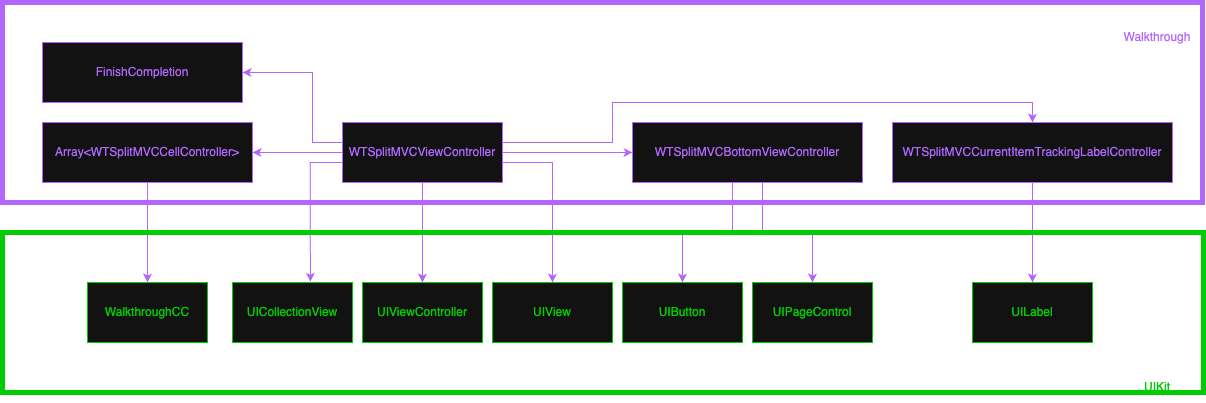
Above: ECommerceScreens/ECommerceScreens/Walkthrough/SplitMVC/Diagrams/WTSplitMVCDependency.png in hiren9697/UIPatternsDemonstration (draw.io), before the change. Source tidied: cells renumbered, new cells last; positions are measured from the earlier drawing's top-left corner, leaving out a move shared by most shapes. Source of this version:
```xml
<mxGraphModel>
  <root>
    <mxCell id="0" />
    <mxCell id="1" parent="0" />
    <mxCell id="2" style="edgeStyle=orthogonalEdgeStyle;rounded=0;jettySize=auto;html=1;entryX=1;entryY=0.5;entryDx=0;entryDy=0;strokeColor=#B266FF;" parent="1" edge="1" source="8" target="20">
      <mxGeometry relative="1" as="geometry" />
    </mxCell>
    <mxCell id="3" style="edgeStyle=orthogonalEdgeStyle;rounded=0;jettySize=auto;html=1;entryX=0.5;entryY=0;entryDx=0;entryDy=0;strokeColor=#B266FF;" parent="1" edge="1" source="8" target="17">
      <mxGeometry relative="1" as="geometry" />
    </mxCell>
    <mxCell id="4" style="edgeStyle=orthogonalEdgeStyle;rounded=0;jettySize=auto;html=1;entryX=0.5;entryY=0;entryDx=0;entryDy=0;strokeColor=#B266FF;" parent="1" edge="1" source="8" target="15">
      <mxGeometry relative="1" as="geometry">
        <Array as="points">
          <mxPoint x="550" y="160" />
        </Array>
      </mxGeometry>
    </mxCell>
    <mxCell id="5" style="edgeStyle=orthogonalEdgeStyle;rounded=0;jettySize=auto;html=1;entryX=1;entryY=0.5;entryDx=0;entryDy=0;strokeColor=#B266FF;" parent="1" edge="1" source="8" target="9">
      <mxGeometry relative="1" as="geometry">
        <Array as="points">
          <mxPoint x="310" y="140" />
          <mxPoint x="310" y="70" />
        </Array>
      </mxGeometry>
    </mxCell>
    <mxCell id="6" style="edgeStyle=orthogonalEdgeStyle;rounded=0;jettySize=auto;html=1;entryX=0;entryY=0.5;entryDx=0;entryDy=0;strokeColor=#B266FF;" parent="1" edge="1" source="8" target="12">
      <mxGeometry relative="1" as="geometry" />
    </mxCell>
    <mxCell id="7" style="edgeStyle=orthogonalEdgeStyle;rounded=0;jettySize=auto;html=1;entryX=0.5;entryY=0;entryDx=0;entryDy=0;strokeColor=#B266FF;" parent="1" edge="1" source="8" target="14">
      <mxGeometry relative="1" as="geometry">
        <Array as="points">
          <mxPoint x="610" y="140" />
          <mxPoint x="610" y="100" />
          <mxPoint x="1030" y="100" />
        </Array>
      </mxGeometry>
    </mxCell>
    <mxCell id="8" value="&lt;span style=&quot;color: light-dark(rgb(0, 0, 0), rgb(178, 102, 255));&quot;&gt;WTSplitMVCViewController&lt;/span&gt;" style="rounded=0;whiteSpace=wrap;html=1;strokeColor=light-dark(#000000,#B266FF);" parent="1" vertex="1">
      <mxGeometry x="340" y="120" width="160" height="60" as="geometry" />
    </mxCell>
    <mxCell id="9" value="&lt;span style=&quot;color: light-dark(rgb(0, 0, 0), rgb(178, 102, 255));&quot;&gt;FinishCompletion&lt;/span&gt;" style="rounded=0;whiteSpace=wrap;html=1;strokeColor=light-dark(#000000,#B266FF);" parent="1" vertex="1">
      <mxGeometry x="40" y="40" width="200" height="60" as="geometry" />
    </mxCell>
    <mxCell id="10" style="edgeStyle=orthogonalEdgeStyle;rounded=0;jettySize=auto;html=1;strokeColor=#B266FF;" parent="1" edge="1" source="12" target="22">
      <mxGeometry relative="1" as="geometry">
        <Array as="points">
          <mxPoint x="730" y="230" />
          <mxPoint x="680" y="230" />
        </Array>
      </mxGeometry>
    </mxCell>
    <mxCell id="11" style="edgeStyle=orthogonalEdgeStyle;rounded=0;jettySize=auto;html=1;strokeColor=#B266FF;" parent="1" edge="1" source="12" target="23">
      <mxGeometry relative="1" as="geometry">
        <Array as="points">
          <mxPoint x="760" y="230" />
          <mxPoint x="810" y="230" />
        </Array>
      </mxGeometry>
    </mxCell>
    <mxCell id="12" value="&lt;span style=&quot;color: light-dark(rgb(0, 0, 0), rgb(178, 102, 255));&quot;&gt;WTSplitMVCBottomViewController&lt;/span&gt;" style="rounded=0;whiteSpace=wrap;html=1;strokeColor=light-dark(#000000,#B266FF);" parent="1" vertex="1">
      <mxGeometry x="630" y="120" width="230" height="60" as="geometry" />
    </mxCell>
    <mxCell id="13" style="edgeStyle=orthogonalEdgeStyle;rounded=0;jettySize=auto;html=1;entryX=0.5;entryY=0;entryDx=0;entryDy=0;strokeColor=#B266FF;" parent="1" edge="1" source="14" target="21">
      <mxGeometry relative="1" as="geometry" />
    </mxCell>
    <mxCell id="14" value="&lt;span style=&quot;color: light-dark(rgb(0, 0, 0), rgb(178, 102, 255));&quot;&gt;WTSplitMVCCurrentItemTrackingLabelController&lt;/span&gt;" style="rounded=0;whiteSpace=wrap;html=1;strokeColor=light-dark(#000000,#B266FF);" parent="1" vertex="1">
      <mxGeometry x="890" y="120" width="280" height="60" as="geometry" />
    </mxCell>
    <mxCell id="15" value="&lt;span style=&quot;color: light-dark(rgb(0, 0, 0), rgb(0, 204, 0));&quot;&gt;UIView&lt;/span&gt;" style="rounded=0;whiteSpace=wrap;html=1;strokeColor=light-dark(#000000,#00CC00);" parent="1" vertex="1">
      <mxGeometry x="490" y="280" width="120" height="60" as="geometry" />
    </mxCell>
    <mxCell id="16" value="&lt;span style=&quot;color: light-dark(rgb(0, 0, 0), rgb(0, 204, 0));&quot;&gt;UICollectionView&lt;/span&gt;" style="rounded=0;whiteSpace=wrap;html=1;strokeColor=light-dark(#000000,#00CC00);" parent="1" vertex="1">
      <mxGeometry x="230" y="280" width="120" height="60" as="geometry" />
    </mxCell>
    <mxCell id="17" value="&lt;span style=&quot;color: light-dark(rgb(0, 0, 0), rgb(0, 204, 0));&quot;&gt;UIViewController&lt;/span&gt;" style="rounded=0;whiteSpace=wrap;html=1;strokeColor=light-dark(#000000,#00CC00);" parent="1" vertex="1">
      <mxGeometry x="360" y="280" width="120" height="60" as="geometry" />
    </mxCell>
    <mxCell id="18" value="&lt;span style=&quot;color: light-dark(rgb(0, 0, 0), rgb(0, 204, 0));&quot;&gt;WalkthroughCC&lt;/span&gt;" style="rounded=0;whiteSpace=wrap;html=1;strokeColor=light-dark(#000000,#00CC00);" parent="1" vertex="1">
      <mxGeometry x="85" y="280" width="120" height="60" as="geometry" />
    </mxCell>
    <mxCell id="19" style="edgeStyle=orthogonalEdgeStyle;rounded=0;jettySize=auto;html=1;entryX=0.5;entryY=0;entryDx=0;entryDy=0;strokeColor=#B266FF;" parent="1" edge="1" source="20" target="18">
      <mxGeometry relative="1" as="geometry" />
    </mxCell>
    <mxCell id="20" value="&lt;span style=&quot;color: light-dark(rgb(0, 0, 0), rgb(178, 102, 255));&quot;&gt;Array&amp;lt;WTSplitMVCCellController&amp;gt;&lt;/span&gt;" style="rounded=0;whiteSpace=wrap;html=1;strokeColor=light-dark(#000000,#B266FF);" parent="1" vertex="1">
      <mxGeometry x="40" y="120" width="210" height="60" as="geometry" />
    </mxCell>
    <mxCell id="21" value="&lt;span style=&quot;color: light-dark(rgb(0, 0, 0), rgb(0, 204, 0));&quot;&gt;UILabel&lt;/span&gt;" style="rounded=0;whiteSpace=wrap;html=1;strokeColor=light-dark(#000000,#00CC00);" parent="1" vertex="1">
      <mxGeometry x="970" y="280" width="120" height="60" as="geometry" />
    </mxCell>
    <mxCell id="22" value="&lt;span style=&quot;color: light-dark(rgb(0, 0, 0), rgb(0, 204, 0));&quot;&gt;UIButton&lt;/span&gt;" style="rounded=0;whiteSpace=wrap;html=1;strokeColor=light-dark(#000000,#00CC00);" parent="1" vertex="1">
      <mxGeometry x="620" y="280" width="120" height="60" as="geometry" />
    </mxCell>
    <mxCell id="23" value="&lt;span style=&quot;color: light-dark(rgb(0, 0, 0), rgb(0, 204, 0));&quot;&gt;UIPageControl&lt;/span&gt;" style="rounded=0;whiteSpace=wrap;html=1;strokeColor=light-dark(#000000,#00CC00);" parent="1" vertex="1">
      <mxGeometry x="750" y="280" width="120" height="60" as="geometry" />
    </mxCell>
    <mxCell id="24" style="edgeStyle=orthogonalEdgeStyle;rounded=0;jettySize=auto;html=1;entryX=0.649;entryY=-0.01;entryDx=0;entryDy=0;entryPerimeter=0;strokeColor=#B266FF;" parent="1" edge="1" source="8" target="16">
      <mxGeometry relative="1" as="geometry">
        <Array as="points">
          <mxPoint x="308" y="160" />
        </Array>
      </mxGeometry>
    </mxCell>
    <mxCell id="25" style="rounded=0;whiteSpace=wrap;html=1;strokeColor=light-dark(#000000,#B266FF);fillColor=none;strokeWidth=5;" parent="1" vertex="1">
      <mxGeometry width="1200" height="200" as="geometry" />
    </mxCell>
    <mxCell id="26" style="rounded=0;whiteSpace=wrap;html=1;strokeColor=light-dark(#000000,#00CC00);fillColor=none;strokeWidth=5;" parent="1" vertex="1">
      <mxGeometry y="230" width="1201" height="160" as="geometry" />
    </mxCell>
    <mxCell id="27" value="&lt;font style=&quot;color: rgb(178, 102, 255);&quot;&gt;Walkthrough&lt;/font&gt;" style="text;html=1;align=center;verticalAlign=middle;whiteSpace=wrap;rounded=0;" parent="1" vertex="1">
      <mxGeometry x="1120" y="20" width="70" height="30" as="geometry" />
    </mxCell>
    <mxCell id="28" value="&lt;font style=&quot;color: rgb(0, 204, 0);&quot;&gt;UIKit&lt;/font&gt;" style="text;html=1;align=center;verticalAlign=middle;whiteSpace=wrap;rounded=0;" parent="1" vertex="1">
      <mxGeometry x="1120" y="370" width="70" height="30" as="geometry" />
    </mxCell>
  </root>
</mxGraphModel>
```
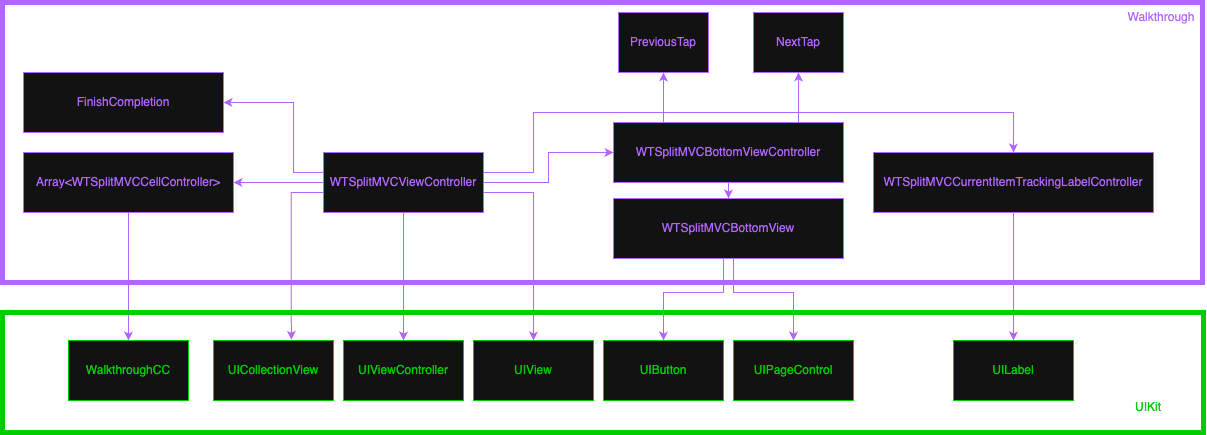
After the change.

Commit message:
Added diagrams for walkthrough with split MVVM approach

What changed in the source:
```diff
@@ -11,15 +11,15 @@
     <mxCell id="4" style="edgeStyle=orthogonalEdgeStyle;rounded=0;jettySize=auto;html=1;entryX=0.5;entryY=0;entryDx=0;entryDy=0;strokeColor=#B266FF;" parent="1" edge="1" source="8" target="15">
       <mxGeometry relative="1" as="geometry">
         <Array as="points">
-          <mxPoint x="550" y="160" />
+          <mxPoint x="-189" y="-1190" />
         </Array>
       </mxGeometry>
     </mxCell>
     <mxCell id="5" style="edgeStyle=orthogonalEdgeStyle;rounded=0;jettySize=auto;html=1;entryX=1;entryY=0.5;entryDx=0;entryDy=0;strokeColor=#B266FF;" parent="1" edge="1" source="8" target="9">
       <mxGeometry relative="1" as="geometry">
         <Array as="points">
-          <mxPoint x="310" y="140" />
-          <mxPoint x="310" y="70" />
+          <mxPoint x="-429" y="-1210" />
+          <mxPoint x="-429" y="-1280" />
         </Array>
       </mxGeometry>
     </mxCell>
@@ -29,88 +29,116 @@
     <mxCell id="7" style="edgeStyle=orthogonalEdgeStyle;rounded=0;jettySize=auto;html=1;entryX=0.5;entryY=0;entryDx=0;entryDy=0;strokeColor=#B266FF;" parent="1" edge="1" source="8" target="14">
       <mxGeometry relative="1" as="geometry">
         <Array as="points">
-          <mxPoint x="610" y="140" />
-          <mxPoint x="610" y="100" />
-          <mxPoint x="1030" y="100" />
+          <mxPoint x="-189" y="-1210" />
+          <mxPoint x="-189" y="-1270" />
+          <mxPoint x="291" y="-1270" />
         </Array>
       </mxGeometry>
     </mxCell>
     <mxCell id="8" value="&lt;span style=&quot;color: light-dark(rgb(0, 0, 0), rgb(178, 102, 255));&quot;&gt;WTSplitMVCViewController&lt;/span&gt;" style="rounded=0;whiteSpace=wrap;html=1;strokeColor=light-dark(#000000,#B266FF);" parent="1" vertex="1">
-      <mxGeometry x="340" y="120" width="160" height="60" as="geometry" />
+      <mxGeometry x="-399" y="-1230" width="160" height="60" as="geometry" />
     </mxCell>
     <mxCell id="9" value="&lt;span style=&quot;color: light-dark(rgb(0, 0, 0), rgb(178, 102, 255));&quot;&gt;FinishCompletion&lt;/span&gt;" style="rounded=0;whiteSpace=wrap;html=1;strokeColor=light-dark(#000000,#B266FF);" parent="1" vertex="1">
-      <mxGeometry x="40" y="40" width="200" height="60" as="geometry" />
+      <mxGeometry x="-699" y="-1310" width="200" height="60" as="geometry" />
     </mxCell>
-    <mxCell id="10" style="edgeStyle=orthogonalEdgeStyle;rounded=0;jettySize=auto;html=1;strokeColor=#B266FF;" parent="1" edge="1" source="12" target="22">
-      <mxGeometry relative="1" as="geometry">
-        <Array as="points">
-          <mxPoint x="730" y="230" />
-          <mxPoint x="680" y="230" />
-        </Array>
-      </mxGeometry>
-    </mxCell>
-    <mxCell id="11" style="edgeStyle=orthogonalEdgeStyle;rounded=0;jettySize=auto;html=1;strokeColor=#B266FF;" parent="1" edge="1" source="12" target="23">
-      <mxGeometry relative="1" as="geometry">
-        <Array as="points">
-          <mxPoint x="760" y="230" />
-          <mxPoint x="810" y="230" />
-        </Array>
-      </mxGeometry>
-    </mxCell>
+    <mxCell id="29" style="edgeStyle=orthogonalEdgeStyle;rounded=0;jettySize=auto;html=1;entryX=0.5;entryY=0;entryDx=0;entryDy=0;strokeColor=light-dark(#000000,#B266FF);" parent="1" edge="1" source="12" target="36">
+      <mxGeometry relative="1" as="geometry" />
+    </mxCell>
+    <mxCell id="30" style="edgeStyle=orthogonalEdgeStyle;rounded=0;jettySize=auto;html=1;strokeColor=light-dark(#000000,#B266FF);" parent="1" edge="1" source="12" target="37">
+      <mxGeometry relative="1" as="geometry">
+        <Array as="points">
+          <mxPoint x="-59" y="-1270" />
+          <mxPoint x="-59" y="-1270" />
+        </Array>
+      </mxGeometry>
+    </mxCell>
+    <mxCell id="31" style="edgeStyle=orthogonalEdgeStyle;rounded=0;jettySize=auto;html=1;entryX=0.5;entryY=1;entryDx=0;entryDy=0;strokeColor=light-dark(#000000,#B266FF);" parent="1" edge="1" source="12" target="38">
+      <mxGeometry relative="1" as="geometry">
+        <Array as="points">
+          <mxPoint x="76" y="-1280" />
+          <mxPoint x="76" y="-1280" />
+        </Array>
+      </mxGeometry>
+    </mxCell>
     <mxCell id="12" value="&lt;span style=&quot;color: light-dark(rgb(0, 0, 0), rgb(178, 102, 255));&quot;&gt;WTSplitMVCBottomViewController&lt;/span&gt;" style="rounded=0;whiteSpace=wrap;html=1;strokeColor=light-dark(#000000,#B266FF);" parent="1" vertex="1">
-      <mxGeometry x="630" y="120" width="230" height="60" as="geometry" />
+      <mxGeometry x="-109" y="-1260" width="230" height="60" as="geometry" />
     </mxCell>
     <mxCell id="13" style="edgeStyle=orthogonalEdgeStyle;rounded=0;jettySize=auto;html=1;entryX=0.5;entryY=0;entryDx=0;entryDy=0;strokeColor=#B266FF;" parent="1" edge="1" source="14" target="21">
       <mxGeometry relative="1" as="geometry" />
     </mxCell>
     <mxCell id="14" value="&lt;span style=&quot;color: light-dark(rgb(0, 0, 0), rgb(178, 102, 255));&quot;&gt;WTSplitMVCCurrentItemTrackingLabelController&lt;/span&gt;" style="rounded=0;whiteSpace=wrap;html=1;strokeColor=light-dark(#000000,#B266FF);" parent="1" vertex="1">
-      <mxGeometry x="890" y="120" width="280" height="60" as="geometry" />
+      <mxGeometry x="151" y="-1230" width="280" height="60" as="geometry" />
     </mxCell>
     <mxCell id="15" value="&lt;span style=&quot;color: light-dark(rgb(0, 0, 0), rgb(0, 204, 0));&quot;&gt;UIView&lt;/span&gt;" style="rounded=0;whiteSpace=wrap;html=1;strokeColor=light-dark(#000000,#00CC00);" parent="1" vertex="1">
-      <mxGeometry x="490" y="280" width="120" height="60" as="geometry" />
+      <mxGeometry x="-249" y="-1042" width="120" height="60" as="geometry" />
     </mxCell>
     <mxCell id="16" value="&lt;span style=&quot;color: light-dark(rgb(0, 0, 0), rgb(0, 204, 0));&quot;&gt;UICollectionView&lt;/span&gt;" style="rounded=0;whiteSpace=wrap;html=1;strokeColor=light-dark(#000000,#00CC00);" parent="1" vertex="1">
-      <mxGeometry x="230" y="280" width="120" height="60" as="geometry" />
+      <mxGeometry x="-509" y="-1042" width="120" height="60" as="geometry" />
     </mxCell>
     <mxCell id="17" value="&lt;span style=&quot;color: light-dark(rgb(0, 0, 0), rgb(0, 204, 0));&quot;&gt;UIViewController&lt;/span&gt;" style="rounded=0;whiteSpace=wrap;html=1;strokeColor=light-dark(#000000,#00CC00);" parent="1" vertex="1">
-      <mxGeometry x="360" y="280" width="120" height="60" as="geometry" />
+      <mxGeometry x="-379" y="-1042" width="120" height="60" as="geometry" />
     </mxCell>
     <mxCell id="18" value="&lt;span style=&quot;color: light-dark(rgb(0, 0, 0), rgb(0, 204, 0));&quot;&gt;WalkthroughCC&lt;/span&gt;" style="rounded=0;whiteSpace=wrap;html=1;strokeColor=light-dark(#000000,#00CC00);" parent="1" vertex="1">
-      <mxGeometry x="85" y="280" width="120" height="60" as="geometry" />
+      <mxGeometry x="-654" y="-1042" width="120" height="60" as="geometry" />
     </mxCell>
     <mxCell id="19" style="edgeStyle=orthogonalEdgeStyle;rounded=0;jettySize=auto;html=1;entryX=0.5;entryY=0;entryDx=0;entryDy=0;strokeColor=#B266FF;" parent="1" edge="1" source="20" target="18">
       <mxGeometry relative="1" as="geometry" />
     </mxCell>
     <mxCell id="20" value="&lt;span style=&quot;color: light-dark(rgb(0, 0, 0), rgb(178, 102, 255));&quot;&gt;Array&amp;lt;WTSplitMVCCellController&amp;gt;&lt;/span&gt;" style="rounded=0;whiteSpace=wrap;html=1;strokeColor=light-dark(#000000,#B266FF);" parent="1" vertex="1">
-      <mxGeometry x="40" y="120" width="210" height="60" as="geometry" />
+      <mxGeometry x="-699" y="-1230" width="210" height="60" as="geometry" />
     </mxCell>
     <mxCell id="21" value="&lt;span style=&quot;color: light-dark(rgb(0, 0, 0), rgb(0, 204, 0));&quot;&gt;UILabel&lt;/span&gt;" style="rounded=0;whiteSpace=wrap;html=1;strokeColor=light-dark(#000000,#00CC00);" parent="1" vertex="1">
-      <mxGeometry x="970" y="280" width="120" height="60" as="geometry" />
+      <mxGeometry x="231" y="-1042" width="120" height="60" as="geometry" />
     </mxCell>
     <mxCell id="22" value="&lt;span style=&quot;color: light-dark(rgb(0, 0, 0), rgb(0, 204, 0));&quot;&gt;UIButton&lt;/span&gt;" style="rounded=0;whiteSpace=wrap;html=1;strokeColor=light-dark(#000000,#00CC00);" parent="1" vertex="1">
-      <mxGeometry x="620" y="280" width="120" height="60" as="geometry" />
+      <mxGeometry x="-119" y="-1042" width="120" height="60" as="geometry" />
     </mxCell>
     <mxCell id="23" value="&lt;span style=&quot;color: light-dark(rgb(0, 0, 0), rgb(0, 204, 0));&quot;&gt;UIPageControl&lt;/span&gt;" style="rounded=0;whiteSpace=wrap;html=1;strokeColor=light-dark(#000000,#00CC00);" parent="1" vertex="1">
-      <mxGeometry x="750" y="280" width="120" height="60" as="geometry" />
+      <mxGeometry x="11" y="-1042" width="120" height="60" as="geometry" />
     </mxCell>
     <mxCell id="24" style="edgeStyle=orthogonalEdgeStyle;rounded=0;jettySize=auto;html=1;entryX=0.649;entryY=-0.01;entryDx=0;entryDy=0;entryPerimeter=0;strokeColor=#B266FF;" parent="1" edge="1" source="8" target="16">
       <mxGeometry relative="1" as="geometry">
         <Array as="points">
-          <mxPoint x="308" y="160" />
+          <mxPoint x="-431" y="-1190" />
         </Array>
       </mxGeometry>
     </mxCell>
-    <mxCell id="25" style="rounded=0;whiteSpace=wrap;html=1;strokeColor=light-dark(#000000,#B266FF);fillColor=none;strokeWidth=5;" parent="1" vertex="1">
-      <mxGeometry width="1200" height="200" as="geometry" />
-    </mxCell>
-    <mxCell id="26" style="rounded=0;whiteSpace=wrap;html=1;strokeColor=light-dark(#000000,#00CC00);fillColor=none;strokeWidth=5;" parent="1" vertex="1">
-      <mxGeometry y="230" width="1201" height="160" as="geometry" />
-    </mxCell>
+    <mxCell id="32" style="rounded=0;whiteSpace=wrap;html=1;strokeColor=light-dark(#000000,#B266FF);fillColor=none;strokeWidth=5;" parent="1" vertex="1">
+      <mxGeometry x="-720" y="-1380" width="1200" height="280" as="geometry" />
+    </mxCell>
+    <mxCell id="33" style="rounded=0;whiteSpace=wrap;html=1;strokeColor=light-dark(#000000,#00CC00);fillColor=none;strokeWidth=5;" parent="1" vertex="1">
+      <mxGeometry x="-720" y="-1070" width="1201" height="120" as="geometry" />
+    </mxCell>
     <mxCell id="27" value="&lt;font style=&quot;color: rgb(178, 102, 255);&quot;&gt;Walkthrough&lt;/font&gt;" style="text;html=1;align=center;verticalAlign=middle;whiteSpace=wrap;rounded=0;" parent="1" vertex="1">
-      <mxGeometry x="1120" y="20" width="70" height="30" as="geometry" />
+      <mxGeometry x="404" y="-1380" width="70" height="30" as="geometry" />
     </mxCell>
     <mxCell id="28" value="&lt;font style=&quot;color: rgb(0, 204, 0);&quot;&gt;UIKit&lt;/font&gt;" style="text;html=1;align=center;verticalAlign=middle;whiteSpace=wrap;rounded=0;" parent="1" vertex="1">
-      <mxGeometry x="1120" y="370" width="70" height="30" as="geometry" />
+      <mxGeometry x="391" y="-990" width="70" height="30" as="geometry" />
     </mxCell>
+    <mxCell id="34" style="edgeStyle=orthogonalEdgeStyle;rounded=0;jettySize=auto;html=1;entryX=0.5;entryY=0;entryDx=0;entryDy=0;strokeColor=light-dark(#000000,#B266FF);" parent="1" edge="1" source="36" target="22">
+      <mxGeometry relative="1" as="geometry">
+        <Array as="points">
+          <mxPoint x="1" y="-1090" />
+          <mxPoint x="-59" y="-1090" />
+        </Array>
+      </mxGeometry>
+    </mxCell>
+    <mxCell id="35" style="edgeStyle=orthogonalEdgeStyle;rounded=0;jettySize=auto;html=1;strokeColor=light-dark(#000000,#B266FF);" parent="1" edge="1" source="36" target="23">
+      <mxGeometry relative="1" as="geometry">
+        <Array as="points">
+          <mxPoint x="11" y="-1090" />
+          <mxPoint x="71" y="-1090" />
+        </Array>
+      </mxGeometry>
+    </mxCell>
+    <mxCell id="36" value="&lt;span style=&quot;color: light-dark(rgb(0, 0, 0), rgb(178, 102, 255));&quot;&gt;WTSplitMVCBottomView&lt;/span&gt;" style="rounded=0;whiteSpace=wrap;html=1;strokeColor=light-dark(#000000,#B266FF);" parent="1" vertex="1">
+      <mxGeometry x="-109" y="-1184" width="230" height="60" as="geometry" />
+    </mxCell>
+    <mxCell id="37" value="&lt;font color=&quot;#b266ff&quot;&gt;PreviousTap&lt;/font&gt;" style="rounded=0;whiteSpace=wrap;html=1;strokeColor=light-dark(#000000,#B266FF);" parent="1" vertex="1">
+      <mxGeometry x="-104" y="-1370" width="90" height="60" as="geometry" />
+    </mxCell>
+    <mxCell id="38" value="&lt;font color=&quot;#b266ff&quot;&gt;NextTap&lt;/font&gt;" style="rounded=0;whiteSpace=wrap;html=1;strokeColor=light-dark(#000000,#B266FF);" parent="1" vertex="1">
+      <mxGeometry x="31" y="-1370" width="90" height="60" as="geometry" />
+    </mxCell>
   </root>
 </mxGraphModel>
```
